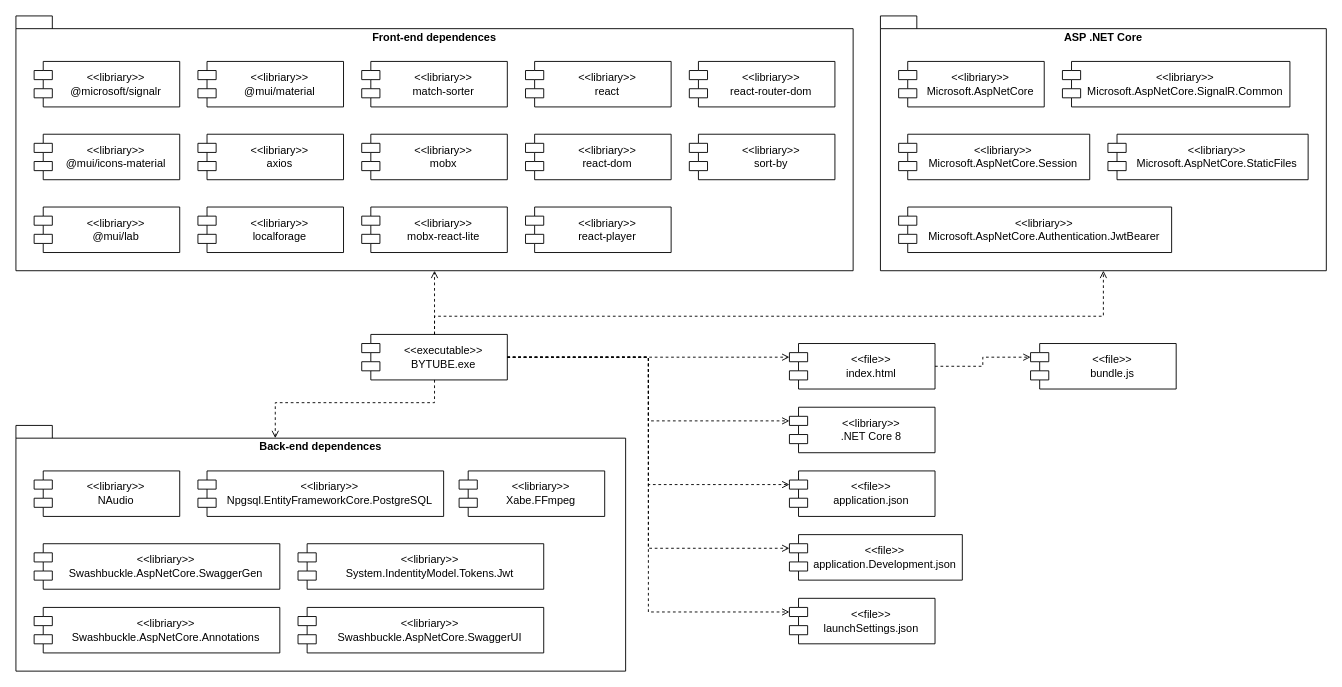
DioMain/BYTUBE keeps this draw.io diagram as Components.drawio. Above is the earlier version. Source tidied: cells renumbered, new cells numbered last; positions are measured from the earlier drawing's top-left corner, leaving out a move shared by most shapes. Both pictures are drawn from the tidied source at 91%, with x=0, y=0 at pixel (15, 15).
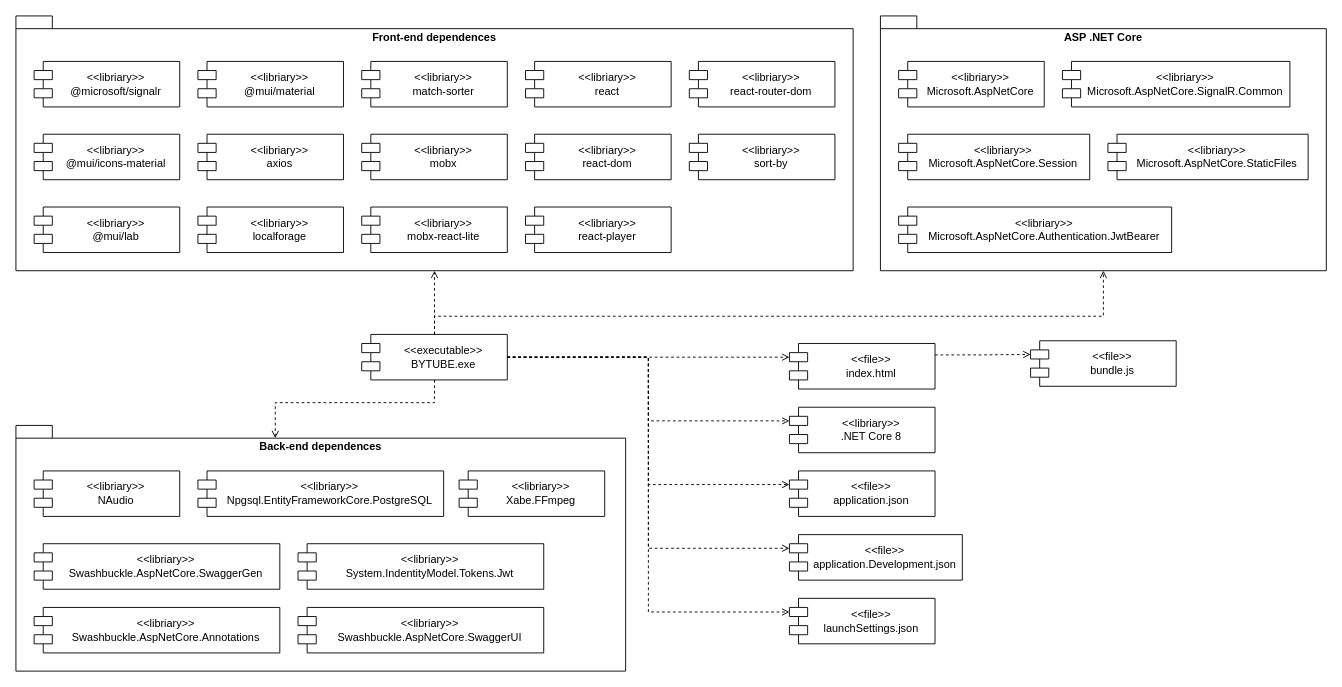
The same diagram, later.

Unchanged cells that the change refers to:
```xml
<mxCell id="15" value="&amp;lt;&amp;lt;file&amp;gt;&amp;gt;&lt;div&gt;index.html&lt;/div&gt;" style="shape=module;align=left;spacingLeft=20;align=center;verticalAlign=middle;whiteSpace=wrap;html=1;" parent="1" vertex="1">
  <mxGeometry x="850" y="360" width="160" height="50" as="geometry" />
</mxCell>
```

Diff of the diagram source:
```diff
@@
     <mxCell id="45" value="&amp;lt;&amp;lt;file&amp;gt;&amp;gt;&lt;div&gt;bundle.js&lt;/div&gt;" style="shape=module;align=left;spacingLeft=20;align=center;verticalAlign=middle;whiteSpace=wrap;html=1;" parent="1" vertex="1">
-      <mxGeometry x="1115" y="360" width="160" height="50" as="geometry" />
+      <mxGeometry x="1115" y="357" width="160" height="50" as="geometry" />
     </mxCell>
-    <mxCell id="46" style="edgeStyle=orthogonalEdgeStyle;shape=connector;rounded=0;jettySize=auto;html=1;entryX=0;entryY=0;entryDx=0;entryDy=15;entryPerimeter=0;dashed=1;strokeColor=default;align=center;verticalAlign=middle;fontFamily=Helvetica;fontSize=11;fontColor=default;labelBackgroundColor=default;endArrow=open;endFill=0;" parent="1" edge="1" source="15" target="45">
+    <mxCell id="46" style="edgeStyle=orthogonalEdgeStyle;shape=connector;rounded=0;jettySize=auto;html=1;entryX=0;entryY=0;entryDx=0;entryDy=15;entryPerimeter=0;dashed=1;strokeColor=default;align=center;verticalAlign=middle;fontFamily=Helvetica;fontSize=11;fontColor=default;labelBackgroundColor=default;endArrow=open;endFill=0;exitX=1;exitY=0.25;exitDx=0;exitDy=0;" parent="1" edge="1" source="15" target="45">
       <mxGeometry relative="1" as="geometry" />
     </mxCell>
```
